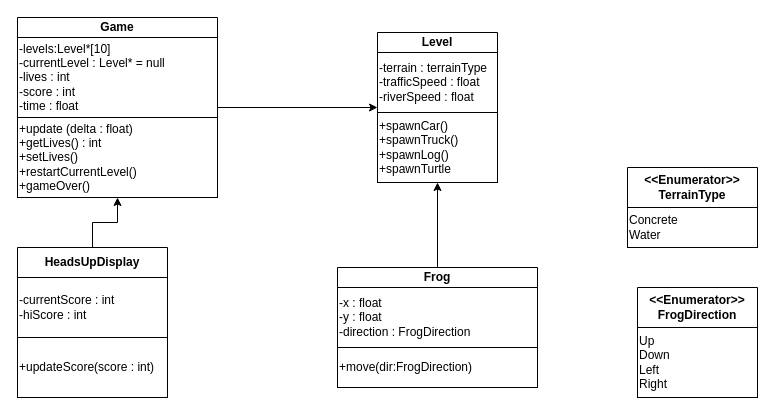
justingit99/UML keeps this draw.io diagram as Assignment 1.drawio. Above is the earlier version. Source tidied: cells renumbered, new cells numbered last; positions are measured from the earlier drawing's top-left corner, leaving out a move shared by most shapes. Both pictures are drawn from the tidied source at 100%, with x=0, y=0 at pixel (17, 17).
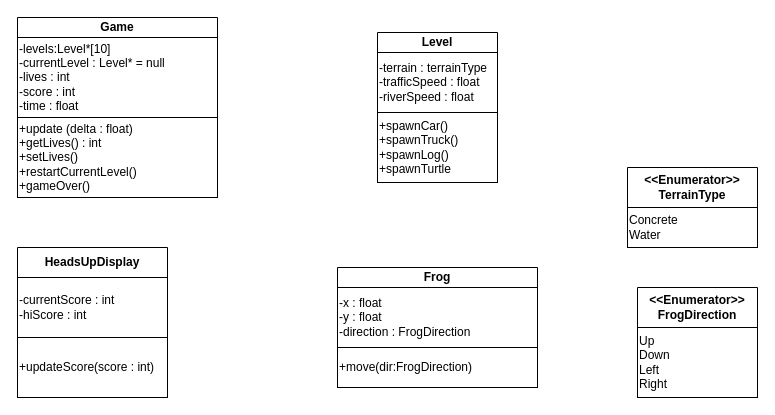
The same diagram, later.

The change refers to these unchanged cells:
```xml
<mxCell id="3" value="&lt;div&gt;Game&lt;/div&gt;" style="swimlane;whiteSpace=wrap;html=1;startSize=20;" parent="1" vertex="1">
  <mxGeometry width="200" height="180" as="geometry" />
</mxCell>
<mxCell id="5" value="&lt;div&gt;+update (delta : float)&lt;/div&gt;+getLives() : int&lt;div&gt;+setLives()&lt;/div&gt;&lt;div&gt;+restartCurrentLevel()&lt;/div&gt;&lt;div&gt;+gameOver()&lt;/div&gt;" style="rounded=0;whiteSpace=wrap;html=1;align=left;" parent="3" vertex="1">
  <mxGeometry y="100" width="200" height="80" as="geometry" />
</mxCell>
<mxCell id="7" value="HeadsUpDisplay" style="swimlane;whiteSpace=wrap;html=1;startSize=30;" parent="1" vertex="1">
  <mxGeometry y="230" width="150" height="150" as="geometry" />
</mxCell>
<mxCell id="10" value="Level" style="swimlane;whiteSpace=wrap;html=1;startSize=20;" parent="1" vertex="1">
  <mxGeometry x="360" y="15" width="120" height="150" as="geometry" />
</mxCell>
<mxCell id="14" value="Frog" style="swimlane;whiteSpace=wrap;html=1;startSize=20;" parent="1" vertex="1">
  <mxGeometry x="320" y="250" width="200" height="120" as="geometry" />
</mxCell>
```

Change to the diagram source:
```diff
@@
-    <mxCell id="2" style="edgeStyle=orthogonalEdgeStyle;rounded=0;jettySize=auto;html=1;exitX=1;exitY=0.5;exitDx=0;exitDy=0;" parent="1" edge="1" source="3" target="10">
-      <mxGeometry relative="1" as="geometry" />
-    </mxCell>
@@
-    <mxCell id="6" style="edgeStyle=orthogonalEdgeStyle;rounded=0;jettySize=auto;html=1;exitX=0.5;exitY=0;exitDx=0;exitDy=0;" parent="1" edge="1" source="7" target="5">
-      <mxGeometry relative="1" as="geometry" />
-    </mxCell>
@@
-    <mxCell id="13" style="edgeStyle=orthogonalEdgeStyle;rounded=0;jettySize=auto;html=1;exitX=0.5;exitY=0;exitDx=0;exitDy=0;entryX=0.5;entryY=1;entryDx=0;entryDy=0;" parent="1" edge="1" source="14" target="10">
-      <mxGeometry relative="1" as="geometry" />
-    </mxCell>
```
